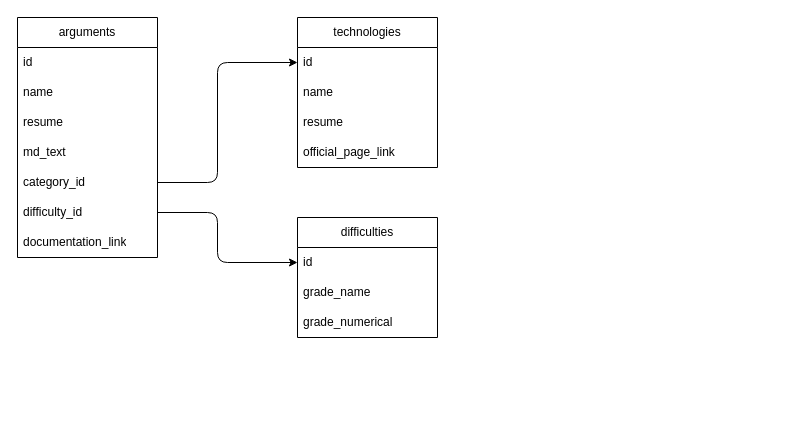
This is schema.drawio from coluccifrancesco/documentation-webapp, a draw.io file, before an edit. Source tidied: cells renumbered, new cells numbered last; positions are measured from the earlier drawing's top-left corner, leaving out a move shared by most shapes. Both pictures are drawn from the tidied source at 100%, with x=0, y=0 at pixel (17, 17).
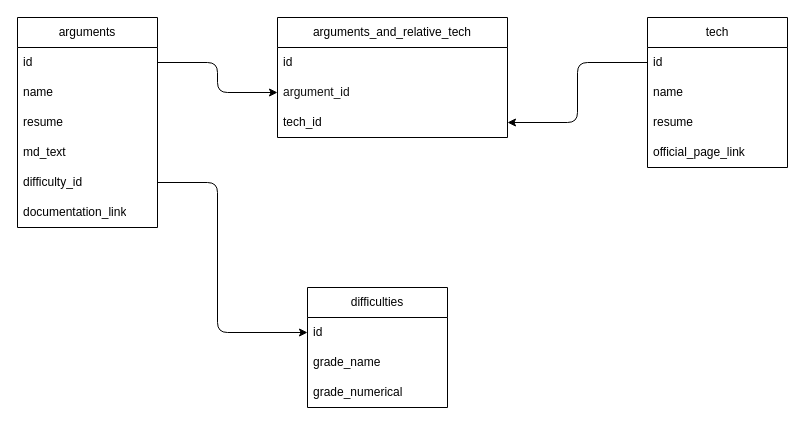
After the change.

Commit message (it also covers changes not shown here):
feat: add models, migrations, and seeders for arguments and difficulties

The change refers to these unchanged cells:
```xml
<mxCell id="3" value="id" style="text;strokeColor=none;fillColor=none;align=left;verticalAlign=middle;spacingLeft=4;spacingRight=4;overflow=hidden;points=[[0,0.5],[1,0.5]];portConstraint=eastwest;whiteSpace=wrap;html=1;" parent="2" vertex="1">
  <mxGeometry y="30" width="140" height="30" as="geometry" />
</mxCell>
<mxCell id="11" value="id" style="text;strokeColor=none;fillColor=none;align=left;verticalAlign=middle;spacingLeft=4;spacingRight=4;overflow=hidden;points=[[0,0.5],[1,0.5]];portConstraint=eastwest;whiteSpace=wrap;html=1;" parent="10" vertex="1">
  <mxGeometry y="30" width="140" height="30" as="geometry" />
</mxCell>
<mxCell id="17" value="id" style="text;strokeColor=none;fillColor=none;align=left;verticalAlign=middle;spacingLeft=4;spacingRight=4;overflow=hidden;points=[[0,0.5],[1,0.5]];portConstraint=eastwest;whiteSpace=wrap;html=1;" parent="16" vertex="1">
  <mxGeometry y="30" width="140" height="30" as="geometry" />
</mxCell>
```

What changed in the source:
```diff
@@
     <mxCell id="2" value="arguments" style="swimlane;fontStyle=0;horizontal=1;startSize=30;whiteSpace=wrap;html=1;" parent="1" vertex="1">
-      <mxGeometry width="140" height="240" as="geometry" />
+      <mxGeometry width="140" height="210" as="geometry" />
     </mxCell>
@@
-    <mxCell id="7" value="category_id" style="text;strokeColor=none;fillColor=none;align=left;verticalAlign=middle;spacingLeft=4;spacingRight=4;overflow=hidden;points=[[0,0.5],[1,0.5]];portConstraint=eastwest;whiteSpace=wrap;html=1;" parent="2" vertex="1">
-      <mxGeometry y="150" width="140" height="30" as="geometry" />
-    </mxCell>
     <mxCell id="8" value="difficulty_id" style="text;strokeColor=none;fillColor=none;align=left;verticalAlign=middle;spacingLeft=4;spacingRight=4;overflow=hidden;points=[[0,0.5],[1,0.5]];portConstraint=eastwest;whiteSpace=wrap;html=1;" parent="2" vertex="1">
-      <mxGeometry y="180" width="140" height="30" as="geometry" />
+      <mxGeometry y="150" width="140" height="30" as="geometry" />
     </mxCell>
     <mxCell id="9" value="documentation_link" style="text;strokeColor=none;fillColor=none;align=left;verticalAlign=middle;spacingLeft=4;spacingRight=4;overflow=hidden;whiteSpace=wrap;html=1;" parent="2" vertex="1">
-      <mxGeometry y="210" width="140" height="30" as="geometry" />
+      <mxGeometry y="180" width="140" height="30" as="geometry" />
     </mxCell>
-    <mxCell id="10" value="technologies" style="swimlane;fontStyle=0;horizontal=1;startSize=30;whiteSpace=wrap;html=1;" parent="1" vertex="1">
-      <mxGeometry x="280" width="140" height="150" as="geometry" />
+    <mxCell id="10" value="tech" style="swimlane;fontStyle=0;horizontal=1;startSize=30;whiteSpace=wrap;html=1;" parent="1" vertex="1">
+      <mxGeometry x="630" width="140" height="150" as="geometry" />
     </mxCell>
@@
-    <mxCell id="15" style="edgeStyle=none;html=1;entryX=0;entryY=0.5;entryDx=0;entryDy=0;exitX=1;exitY=0.5;exitDx=0;exitDy=0;" parent="1" edge="1" source="7" target="11">
-      <mxGeometry relative="1" as="geometry">
-        <Array as="points">
-          <mxPoint x="200" y="165" />
-          <mxPoint x="200" y="45" />
-        </Array>
-      </mxGeometry>
-    </mxCell>
     <mxCell id="16" value="difficulties" style="swimlane;fontStyle=0;horizontal=1;startSize=30;whiteSpace=wrap;html=1;" parent="1" vertex="1">
-      <mxGeometry x="280" y="200" width="140" height="120" as="geometry" />
+      <mxGeometry x="290" y="270" width="140" height="120" as="geometry" />
     </mxCell>
@@
     <mxCell id="20" style="edgeStyle=none;html=1;exitX=1;exitY=0.5;exitDx=0;exitDy=0;entryX=0;entryY=0.5;entryDx=0;entryDy=0;" parent="1" edge="1" source="8" target="17">
       <mxGeometry relative="1" as="geometry">
         <Array as="points">
-          <mxPoint x="200" y="195" />
-          <mxPoint x="200" y="245" />
+          <mxPoint x="200" y="165" />
+          <mxPoint x="200" y="315" />
         </Array>
       </mxGeometry>
     </mxCell>
+    <mxCell id="21" value="arguments_and_relative_tech" style="swimlane;fontStyle=0;horizontal=1;startSize=30;whiteSpace=wrap;html=1;" parent="1" vertex="1">
+      <mxGeometry x="260" width="230" height="120" as="geometry" />
+    </mxCell>
+    <mxCell id="22" value="id" style="text;strokeColor=none;fillColor=none;align=left;verticalAlign=middle;spacingLeft=4;spacingRight=4;overflow=hidden;whiteSpace=wrap;html=1;" parent="21" vertex="1">
+      <mxGeometry y="30" width="230" height="30" as="geometry" />
+    </mxCell>
+    <mxCell id="23" value="&lt;font color=&quot;#121212&quot;&gt;argument_id&lt;/font&gt;" style="text;strokeColor=none;fillColor=none;align=left;verticalAlign=middle;spacingLeft=4;spacingRight=4;overflow=hidden;points=[[0,0.5],[1,0.5]];portConstraint=eastwest;whiteSpace=wrap;html=1;" parent="21" vertex="1">
+      <mxGeometry y="60" width="230" height="30" as="geometry" />
+    </mxCell>
+    <mxCell id="24" value="tech_id" style="text;strokeColor=none;fillColor=none;align=left;verticalAlign=middle;spacingLeft=4;spacingRight=4;overflow=hidden;points=[[0,0.5],[1,0.5]];portConstraint=eastwest;whiteSpace=wrap;html=1;" parent="21" vertex="1">
+      <mxGeometry y="90" width="230" height="30" as="geometry" />
+    </mxCell>
+    <mxCell id="25" style="edgeStyle=none;html=1;entryX=1;entryY=0.5;entryDx=0;entryDy=0;" parent="1" edge="1" source="11" target="24">
+      <mxGeometry relative="1" as="geometry">
+        <Array as="points">
+          <mxPoint x="560" y="45" />
+          <mxPoint x="560" y="105" />
+        </Array>
+      </mxGeometry>
+    </mxCell>
+    <mxCell id="26" style="edgeStyle=none;html=1;exitX=1;exitY=0.5;exitDx=0;exitDy=0;entryX=0;entryY=0.5;entryDx=0;entryDy=0;" parent="1" edge="1" source="3" target="23">
+      <mxGeometry relative="1" as="geometry">
+        <Array as="points">
+          <mxPoint x="200" y="45" />
+          <mxPoint x="200" y="75" />
+        </Array>
+      </mxGeometry>
+    </mxCell>
```
